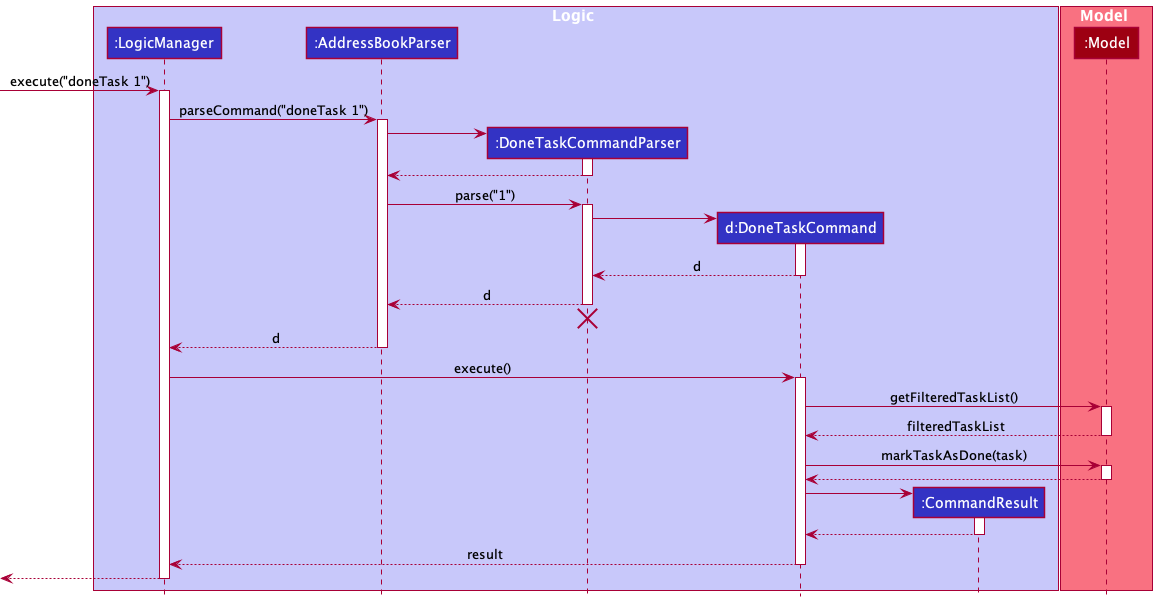
The PlantUML diagram docs/images/DoneTaskSequenceDiagram.png in tsy24/tp, before a commit.
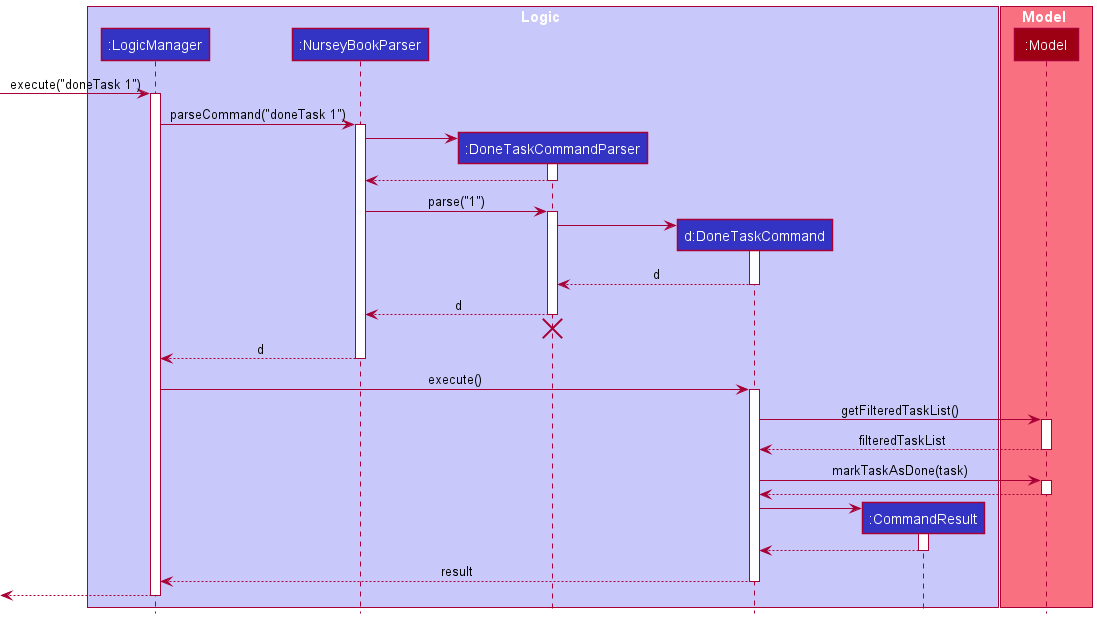
After the commit.

Diff of the diagram source:
```diff
@@ -3,7 +3,7 @@
 
 box Logic LOGIC_COLOR_T1
 participant ":LogicManager" as LogicManager LOGIC_COLOR
-participant ":AddressBookParser" as AddressBookParser LOGIC_COLOR
+participant ":NurseyBookParser" as NurseyBookParser LOGIC_COLOR
 participant ":DoneTaskCommandParser" as DoneTaskCommandParser LOGIC_COLOR
 participant "d:DoneTaskCommand" as DoneTaskCommand LOGIC_COLOR
 participant ":CommandResult" as CommandResult LOGIC_COLOR
@@ -16,17 +16,17 @@
 [-> LogicManager : execute("doneTask 1")
 activate LogicManager
 
-LogicManager -> AddressBookParser : parseCommand("doneTask 1")
-activate AddressBookParser
+LogicManager -> NurseyBookParser : parseCommand("doneTask 1")
+activate NurseyBookParser
 
 create DoneTaskCommandParser
-AddressBookParser -> DoneTaskCommandParser
+NurseyBookParser -> DoneTaskCommandParser
 activate DoneTaskCommandParser
 
-DoneTaskCommandParser --> AddressBookParser
+DoneTaskCommandParser --> NurseyBookParser
 deactivate DoneTaskCommandParser
 
-AddressBookParser -> DoneTaskCommandParser : parse("1")
+NurseyBookParser -> DoneTaskCommandParser : parse("1")
 activate DoneTaskCommandParser
 
 create DoneTaskCommand
@@ -36,13 +36,13 @@
 DoneTaskCommand --> DoneTaskCommandParser : d
 deactivate DoneTaskCommand
 
-DoneTaskCommandParser --> AddressBookParser : d
+DoneTaskCommandParser --> NurseyBookParser : d
 deactivate DoneTaskCommandParser
-DoneTaskCommandParser -[hidden]-> AddressBookParser
+DoneTaskCommandParser -[hidden]-> NurseyBookParser
 destroy DoneTaskCommandParser
 
-AddressBookParser --> LogicManager : d
-deactivate AddressBookParser
+NurseyBookParser --> LogicManager : d
+deactivate NurseyBookParser
 
 LogicManager -> DoneTaskCommand : execute()
 activate DoneTaskCommand
```
